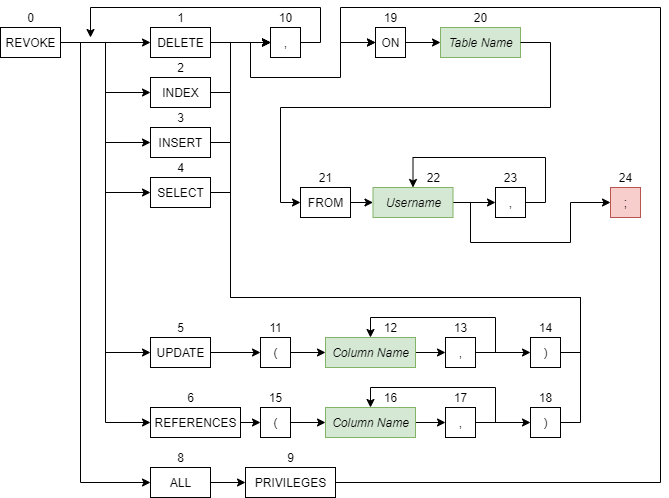
DeliciousWaffle/MastersProject keeps this draw.io diagram as src/datastructure/rulegraph/diagrams/images/RevokeDiagram.png. Above is the earlier version. Source tidied: cells renumbered, new cells last; positions are measured from the earlier drawing's top-left corner, leaving out a move shared by most shapes.
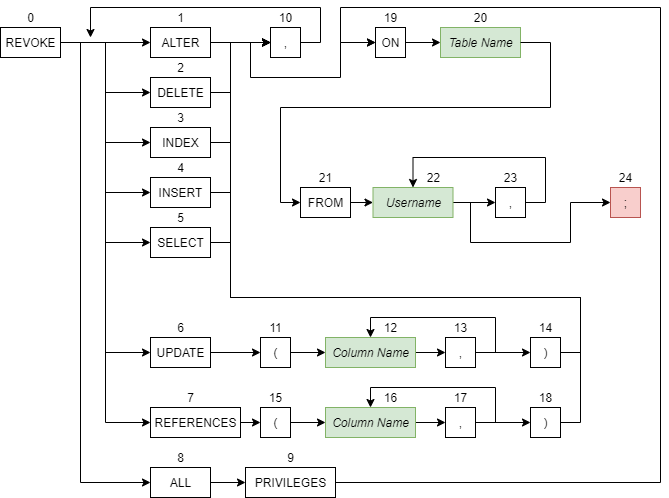
The same file after the commit.

Commit message:
Finished up grant/revoke

What changed in the source:
```diff
@@ -30,6 +30,9 @@
         </Array>
       </mxGeometry>
     </mxCell>
+    <mxCell id="83" style="edgeStyle=orthogonalEdgeStyle;rounded=0;jettySize=auto;html=1;exitX=1;exitY=0.5;exitDx=0;exitDy=0;entryX=0;entryY=0.5;entryDx=0;entryDy=0;" parent="1" edge="1" source="9" target="85">
+      <mxGeometry relative="1" as="geometry" />
+    </mxCell>
     <mxCell id="9" value="REVOKE" style="html=1;" parent="1" vertex="1">
       <mxGeometry y="20" width="60" height="30" as="geometry" />
     </mxCell>
@@ -96,7 +99,7 @@
         </Array>
       </mxGeometry>
     </mxCell>
-    <mxCell id="24" value="DELETE" style="html=1;" parent="1" vertex="1">
+    <mxCell id="24" value="ALTER" style="html=1;" parent="1" vertex="1">
       <mxGeometry x="150" y="20" width="60" height="30" as="geometry" />
     </mxCell>
     <mxCell id="25" value="1" style="text;html=1;align=center;verticalAlign=middle;" parent="1" vertex="1">
@@ -110,7 +113,7 @@
         </Array>
       </mxGeometry>
     </mxCell>
-    <mxCell id="27" value="INDEX" style="html=1;" parent="1" vertex="1">
+    <mxCell id="27" value="DELETE" style="html=1;" parent="1" vertex="1">
       <mxGeometry x="150" y="70" width="60" height="30" as="geometry" />
     </mxCell>
     <mxCell id="28" value="2" style="text;html=1;align=center;verticalAlign=middle;" parent="1" vertex="1">
@@ -124,7 +127,7 @@
         </Array>
       </mxGeometry>
     </mxCell>
-    <mxCell id="30" value="INSERT" style="html=1;" parent="1" vertex="1">
+    <mxCell id="30" value="INDEX" style="html=1;" parent="1" vertex="1">
       <mxGeometry x="150" y="120" width="60" height="30" as="geometry" />
     </mxCell>
     <mxCell id="31" value="3" style="text;html=1;align=center;verticalAlign=middle;" parent="1" vertex="1">
@@ -138,7 +141,7 @@
         </Array>
       </mxGeometry>
     </mxCell>
-    <mxCell id="33" value="SELECT" style="html=1;" parent="1" vertex="1">
+    <mxCell id="33" value="INSERT" style="html=1;" parent="1" vertex="1">
       <mxGeometry x="150" y="170" width="60" height="30" as="geometry" />
     </mxCell>
     <mxCell id="34" value="4" style="text;html=1;align=center;verticalAlign=middle;" parent="1" vertex="1">
@@ -150,7 +153,7 @@
     <mxCell id="36" value="UPDATE" style="html=1;" parent="1" vertex="1">
       <mxGeometry x="150" y="330" width="60" height="30" as="geometry" />
     </mxCell>
-    <mxCell id="37" value="5" style="text;html=1;align=center;verticalAlign=middle;" parent="1" vertex="1">
+    <mxCell id="37" value="6" style="text;html=1;align=center;verticalAlign=middle;" parent="1" vertex="1">
       <mxGeometry x="170" y="310" width="20" height="20" as="geometry" />
     </mxCell>
     <mxCell id="38" style="edgeStyle=orthogonalEdgeStyle;rounded=0;jettySize=auto;html=1;exitX=1;exitY=0.5;exitDx=0;exitDy=0;entryX=0;entryY=0.5;entryDx=0;entryDy=0;" parent="1" edge="1" source="39" target="48">
@@ -159,7 +162,7 @@
     <mxCell id="39" value="REFERENCES" style="html=1;" parent="1" vertex="1">
       <mxGeometry x="150" y="400" width="90" height="30" as="geometry" />
     </mxCell>
-    <mxCell id="40" value="6" style="text;html=1;align=center;verticalAlign=middle;" parent="1" vertex="1">
+    <mxCell id="40" value="7" style="text;html=1;align=center;verticalAlign=middle;" parent="1" vertex="1">
       <mxGeometry x="180" y="380" width="20" height="20" as="geometry" />
     </mxCell>
     <mxCell id="41" style="edgeStyle=orthogonalEdgeStyle;rounded=0;jettySize=auto;html=1;exitX=1;exitY=0.5;exitDx=0;exitDy=0;entryX=0;entryY=0.5;entryDx=0;entryDy=0;" parent="1" edge="1" source="42" target="45">
@@ -334,5 +337,19 @@
     <mxCell id="82" value="23" style="text;html=1;align=center;verticalAlign=middle;" parent="1" vertex="1">
       <mxGeometry x="495" y="160" width="30" height="20" as="geometry" />
     </mxCell>
+    <mxCell id="84" style="edgeStyle=orthogonalEdgeStyle;rounded=0;jettySize=auto;html=1;exitX=1;exitY=0.5;exitDx=0;exitDy=0;entryX=0;entryY=0.5;entryDx=0;entryDy=0;" parent="1" edge="1" source="85" target="13">
+      <mxGeometry relative="1" as="geometry">
+        <Array as="points">
+          <mxPoint x="230" y="235" />
+          <mxPoint x="230" y="35" />
+        </Array>
+      </mxGeometry>
+    </mxCell>
+    <mxCell id="85" value="SELECT" style="html=1;" parent="1" vertex="1">
+      <mxGeometry x="150" y="220" width="60" height="30" as="geometry" />
+    </mxCell>
+    <mxCell id="86" value="5" style="text;html=1;align=center;verticalAlign=middle;" parent="1" vertex="1">
+      <mxGeometry x="170" y="200" width="20" height="20" as="geometry" />
+    </mxCell>
   </root>
 </mxGraphModel>
```
